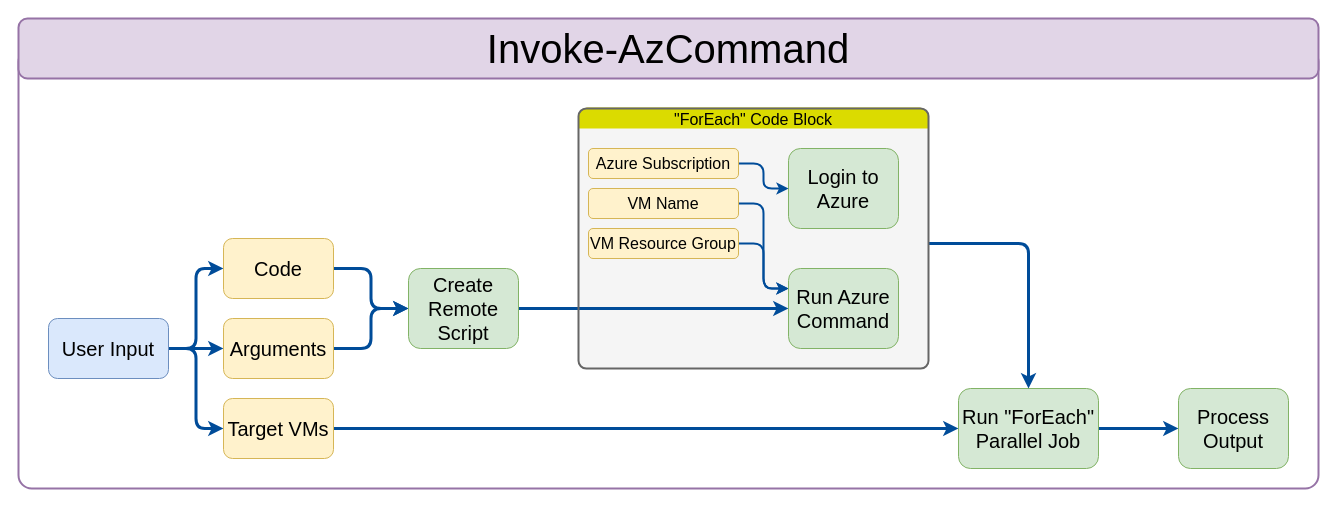
The draw.io diagram Docs/Flow.drawio in PanosGreg/Invoke-AzCommand, before the edit. Source tidied: cells renumbered, new cells numbered last; positions are measured from the earlier drawing's top-left corner, leaving out a move shared by most shapes. Both pictures are drawn from the tidied source at 100%, with x=0, y=0 at pixel (18, 18).
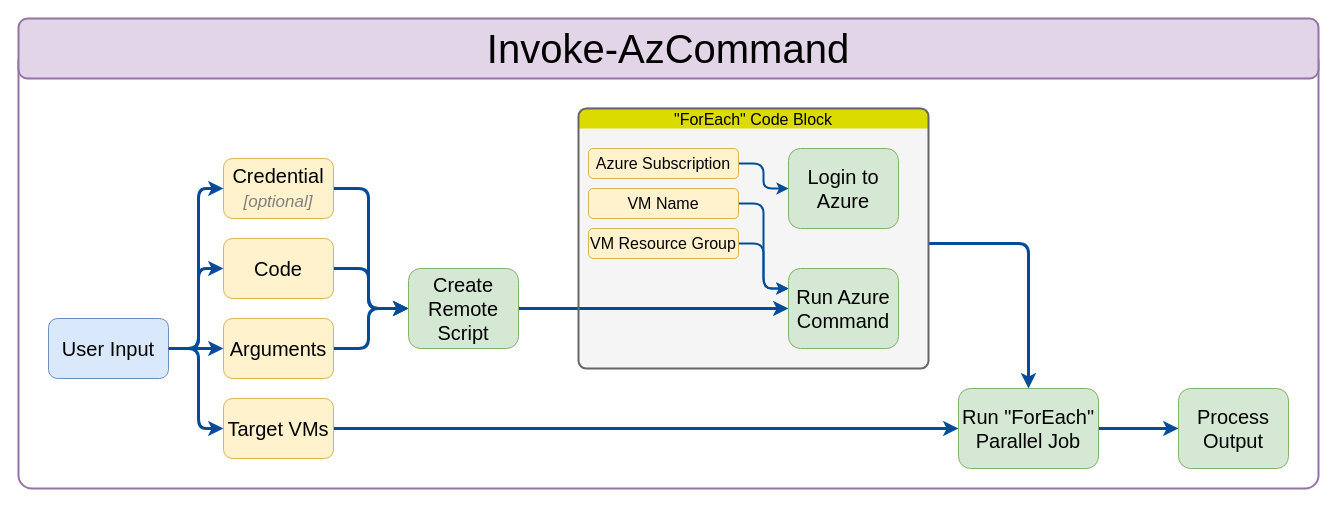
Above is the later version.

The change refers to these unchanged cells:
```xml
<mxCell id="8" value="User Input" style="rounded=1;whiteSpace=wrap;html=1;fontSize=20;fillColor=#dae8fc;strokeColor=#6c8ebf;" parent="1" vertex="1">
  <mxGeometry x="30" y="300" width="120" height="60" as="geometry" />
</mxCell>
<mxCell id="10" value="Code" style="rounded=1;whiteSpace=wrap;html=1;fontSize=20;fillColor=#fff2cc;strokeColor=#d6b656;" parent="1" vertex="1">
  <mxGeometry x="205" y="220" width="110" height="60" as="geometry" />
</mxCell>
<mxCell id="12" value="Arguments" style="rounded=1;whiteSpace=wrap;html=1;fontSize=20;fillColor=#fff2cc;strokeColor=#d6b656;" parent="1" vertex="1">
  <mxGeometry x="205" y="300" width="110" height="60" as="geometry" />
</mxCell>
<mxCell id="14" value="Target VMs" style="rounded=1;whiteSpace=wrap;html=1;fontSize=20;fillColor=#fff2cc;strokeColor=#d6b656;" parent="1" vertex="1">
  <mxGeometry x="205" y="380" width="110" height="60" as="geometry" />
</mxCell>
<mxCell id="16" value="Create Remote Script" style="rounded=1;whiteSpace=wrap;html=1;fontSize=20;fillColor=#d5e8d4;strokeColor=#82b366;" parent="1" vertex="1">
  <mxGeometry x="390" y="250" width="110" height="80" as="geometry" />
</mxCell>
```

The edit, as a diff of the source:
```diff
@@
     <mxCell id="4" style="edgeStyle=orthogonalEdgeStyle;shape=connector;rounded=1;jettySize=auto;html=1;entryX=0;entryY=0.5;entryDx=0;entryDy=0;labelBackgroundColor=default;strokeColor=#004C99;strokeWidth=3;align=center;verticalAlign=middle;fontFamily=Helvetica;fontSize=16;fontColor=default;endArrow=classic;" parent="1" edge="1" source="8" target="10">
-      <mxGeometry relative="1" as="geometry" />
+      <mxGeometry relative="1" as="geometry">
+        <Array as="points">
+          <mxPoint x="180" y="330" />
+          <mxPoint x="180" y="250" />
+        </Array>
+      </mxGeometry>
     </mxCell>
@@
     <mxCell id="7" style="edgeStyle=orthogonalEdgeStyle;shape=connector;rounded=1;jettySize=auto;html=1;entryX=0;entryY=0.5;entryDx=0;entryDy=0;labelBackgroundColor=default;strokeColor=#004C99;strokeWidth=3;align=center;verticalAlign=middle;fontFamily=Helvetica;fontSize=16;fontColor=default;endArrow=classic;" parent="1" edge="1" source="8" target="14">
-      <mxGeometry relative="1" as="geometry" />
+      <mxGeometry relative="1" as="geometry">
+        <Array as="points">
+          <mxPoint x="180" y="330" />
+          <mxPoint x="180" y="410" />
+        </Array>
+      </mxGeometry>
     </mxCell>
@@
     <mxCell id="9" style="edgeStyle=orthogonalEdgeStyle;shape=connector;rounded=1;jettySize=auto;html=1;labelBackgroundColor=default;strokeColor=#004C99;strokeWidth=3;align=center;verticalAlign=middle;fontFamily=Helvetica;fontSize=16;fontColor=default;endArrow=classic;" parent="1" edge="1" source="10" target="16">
-      <mxGeometry relative="1" as="geometry" />
+      <mxGeometry relative="1" as="geometry">
+        <Array as="points">
+          <mxPoint x="350" y="250" />
+          <mxPoint x="350" y="290" />
+        </Array>
+      </mxGeometry>
     </mxCell>
@@
     <mxCell id="11" style="edgeStyle=orthogonalEdgeStyle;shape=connector;rounded=1;jettySize=auto;html=1;labelBackgroundColor=default;strokeColor=#004C99;strokeWidth=3;align=center;verticalAlign=middle;fontFamily=Helvetica;fontSize=16;fontColor=default;endArrow=classic;" parent="1" edge="1" source="12" target="16">
-      <mxGeometry relative="1" as="geometry" />
+      <mxGeometry relative="1" as="geometry">
+        <Array as="points">
+          <mxPoint x="350" y="330" />
+          <mxPoint x="350" y="290" />
+        </Array>
+      </mxGeometry>
     </mxCell>
@@
+    <mxCell id="32" style="edgeStyle=orthogonalEdgeStyle;shape=connector;rounded=1;html=1;labelBackgroundColor=default;strokeColor=#004C99;strokeWidth=3;fontFamily=Helvetica;fontSize=16;fontColor=default;endArrow=classic;" parent="1" edge="1" source="33" target="16">
+      <mxGeometry relative="1" as="geometry">
+        <Array as="points">
+          <mxPoint x="350" y="170" />
+          <mxPoint x="350" y="290" />
+        </Array>
+      </mxGeometry>
+    </mxCell>
+    <mxCell id="33" value="Credential&lt;br&gt;&lt;i&gt;&lt;font color=&quot;#808080&quot; style=&quot;font-size: 17px;&quot;&gt;[optional]&lt;/font&gt;&lt;/i&gt;" style="rounded=1;whiteSpace=wrap;html=1;fontSize=20;fillColor=#fff2cc;strokeColor=#d6b656;" parent="1" vertex="1">
+      <mxGeometry x="205" y="140" width="110" height="60" as="geometry" />
+    </mxCell>
+    <mxCell id="34" style="edgeStyle=orthogonalEdgeStyle;shape=connector;rounded=1;jettySize=auto;html=1;entryX=0;entryY=0.5;entryDx=0;entryDy=0;labelBackgroundColor=default;strokeColor=#004C99;strokeWidth=3;align=center;verticalAlign=middle;fontFamily=Helvetica;fontSize=16;fontColor=default;endArrow=classic;" parent="1" edge="1" source="8" target="33">
+      <mxGeometry relative="1" as="geometry">
+        <Array as="points">
+          <mxPoint x="180" y="330" />
+          <mxPoint x="180" y="170" />
+        </Array>
+      </mxGeometry>
+    </mxCell>
```
